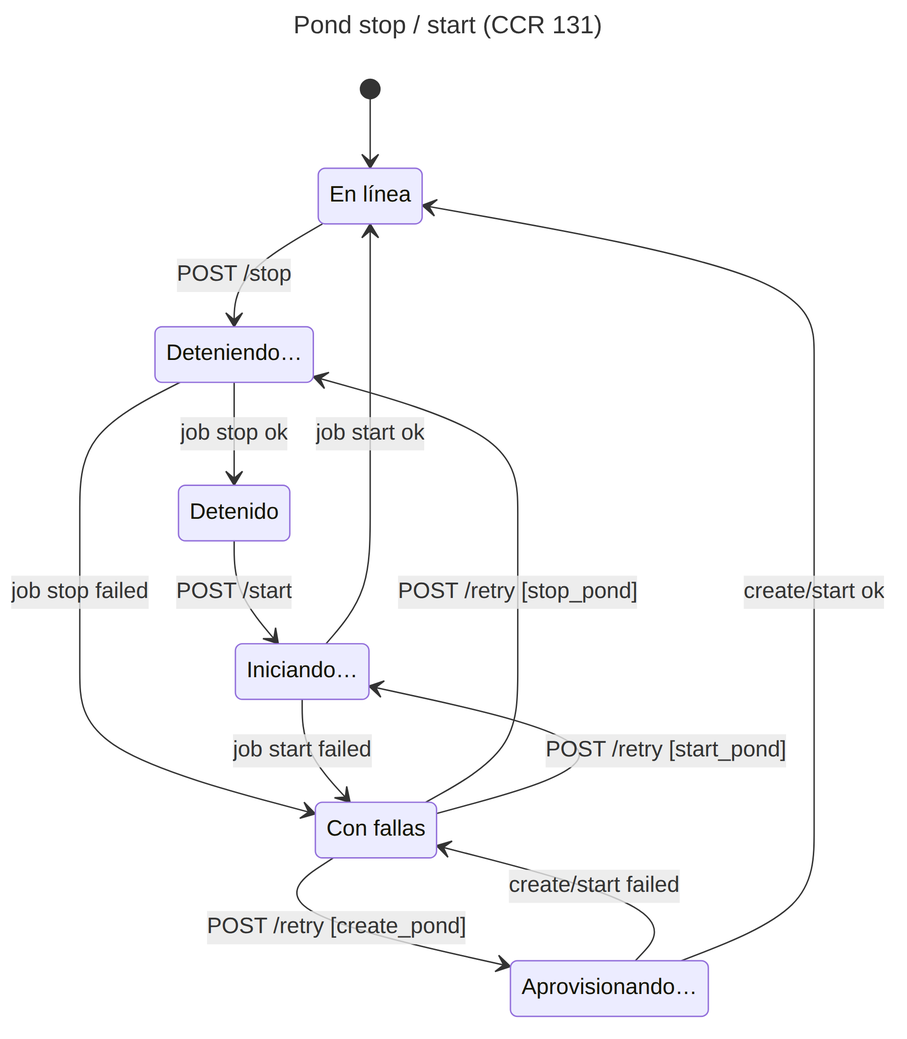
Before: docs/architecture/diagrams/21-pond-stop-start.png, a diagram exported from Mermaid (carloshugoeg/koicloud). Its source is kept beside it as docs/architecture/diagrams/21-pond-stop-start.mmd.
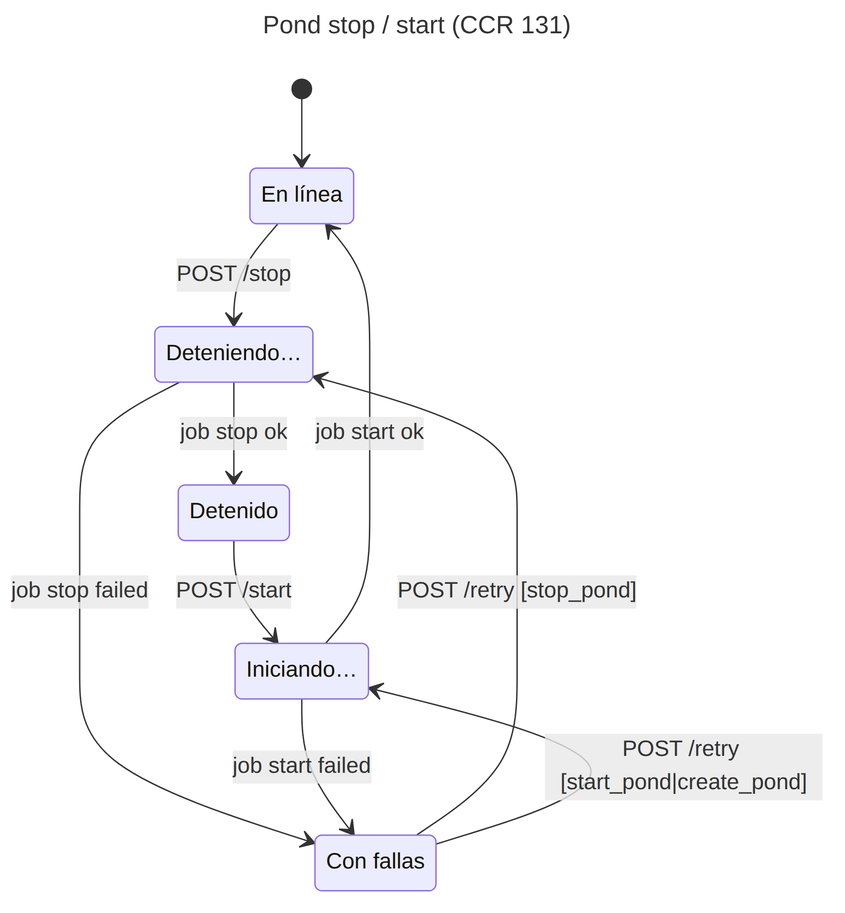
After the commit.

Commit message:
docs(ponds): five-state CCR 131 chart without provisioning

Diff of the diagram source:
```diff
@@ -9,7 +9,6 @@
   state "Detenido" as stopped
   state "Iniciando…" as starting
   state "Con fallas" as error
-  state "Aprovisionando…" as provisioning
 
   running --> stopping: POST /stop
   stopping --> stopped: job stop ok
@@ -18,11 +17,7 @@
 
   stopping --> error: job stop failed
   starting --> error: job start failed
-  provisioning --> error: create/start failed
 
   error --> stopping: POST /retry [stop_pond]
-  error --> starting: POST /retry [start_pond]
-  error --> provisioning: POST /retry [create_pond]
+  error --> starting: POST /retry [start_pond|create_pond]
 
-  provisioning --> running: create/start ok
-
```
